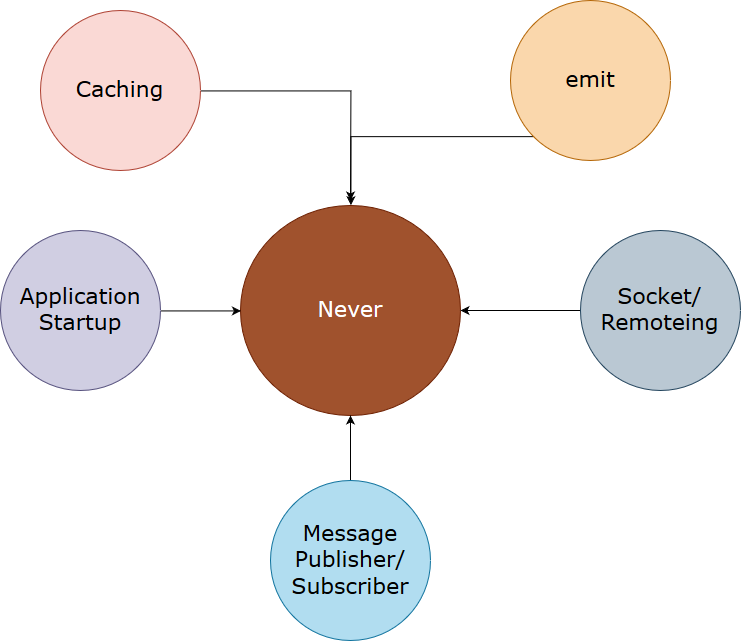
This is doc/never.png from shelldudu/never, a draw.io export, as it was before one commit. Source tidied: cells renumbered, new cells last; positions are measured from the earlier drawing's top-left corner, leaving out a move shared by most shapes. Source of this version:
```xml
<mxGraphModel background="#ffffff">
  <root>
    <mxCell id="0" />
    <mxCell id="1" parent="0" />
    <mxCell id="2" value="Never" style="ellipse;whiteSpace=wrap;html=1;rounded=0;shadow=0;dashed=0;comic=0;fontFamily=Verdana;fontSize=22;fontColor=#ffffff;fillColor=#a0522d;strokeColor=#6D1F00;" parent="1" vertex="1">
      <mxGeometry x="240" y="205" width="220" height="210" as="geometry" />
    </mxCell>
    <mxCell id="3" style="edgeStyle=orthogonalEdgeStyle;rounded=0;jettySize=auto;html=1;exitX=0;exitY=1;exitDx=0;exitDy=0;entryX=0.5;entryY=0;entryDx=0;entryDy=0;" parent="1" edge="1" source="4" target="2">
      <mxGeometry relative="1" as="geometry" />
    </mxCell>
    <mxCell id="4" value="emit" style="ellipse;whiteSpace=wrap;html=1;rounded=0;shadow=0;dashed=0;comic=0;fontFamily=Verdana;fontSize=22;fillColor=#fad7ac;strokeColor=#b46504;" parent="1" vertex="1">
      <mxGeometry x="510" width="160" height="160" as="geometry" />
    </mxCell>
    <mxCell id="5" style="edgeStyle=orthogonalEdgeStyle;rounded=0;jettySize=auto;html=1;" parent="1" edge="1" source="6" target="2">
      <mxGeometry relative="1" as="geometry" />
    </mxCell>
    <mxCell id="6" value="&lt;div&gt;Socket/&lt;/div&gt;&lt;div&gt;Remoteing&lt;/div&gt;" style="ellipse;whiteSpace=wrap;html=1;rounded=0;shadow=0;dashed=0;comic=0;fontFamily=Verdana;fontSize=22;fillColor=#bac8d3;strokeColor=#23445d;" parent="1" vertex="1">
      <mxGeometry x="580" y="230" width="160" height="160" as="geometry" />
    </mxCell>
    <mxCell id="7" style="edgeStyle=orthogonalEdgeStyle;rounded=0;jettySize=auto;html=1;entryX=0;entryY=0.5;entryDx=0;entryDy=0;" parent="1" edge="1" source="8" target="2">
      <mxGeometry relative="1" as="geometry" />
    </mxCell>
    <mxCell id="8" value="&lt;div&gt;Application&lt;/div&gt;&lt;div&gt;Startup&lt;/div&gt;" style="ellipse;whiteSpace=wrap;html=1;rounded=0;shadow=0;dashed=0;comic=0;fontFamily=Verdana;fontSize=22;fillColor=#d0cee2;strokeColor=#56517e;" parent="1" vertex="1">
      <mxGeometry y="230" width="160" height="160" as="geometry" />
    </mxCell>
    <mxCell id="9" style="edgeStyle=orthogonalEdgeStyle;rounded=0;jettySize=auto;html=1;" parent="1" edge="1" source="10">
      <mxGeometry relative="1" as="geometry">
        <mxPoint x="350" y="200" as="targetPoint" />
      </mxGeometry>
    </mxCell>
    <mxCell id="10" value="Caching" style="ellipse;whiteSpace=wrap;html=1;rounded=0;shadow=0;dashed=0;comic=0;fontFamily=Verdana;fontSize=22;fillColor=#fad9d5;strokeColor=#ae4132;" parent="1" vertex="1">
      <mxGeometry x="40" y="10" width="160" height="160" as="geometry" />
    </mxCell>
    <mxCell id="11" style="edgeStyle=orthogonalEdgeStyle;rounded=0;jettySize=auto;html=1;" parent="1" edge="1" source="12" target="2">
      <mxGeometry relative="1" as="geometry" />
    </mxCell>
    <mxCell id="12" value="&lt;div&gt;Message&lt;/div&gt;&lt;div&gt;Publisher/&lt;/div&gt;&lt;div&gt;Subscriber&lt;br&gt;&lt;/div&gt;" style="ellipse;whiteSpace=wrap;html=1;rounded=0;shadow=0;dashed=0;comic=0;fontFamily=Verdana;fontSize=22;fillColor=#b1ddf0;strokeColor=#10739e;" parent="1" vertex="1">
      <mxGeometry x="270" y="480" width="160" height="160" as="geometry" />
    </mxCell>
  </root>
</mxGraphModel>
```
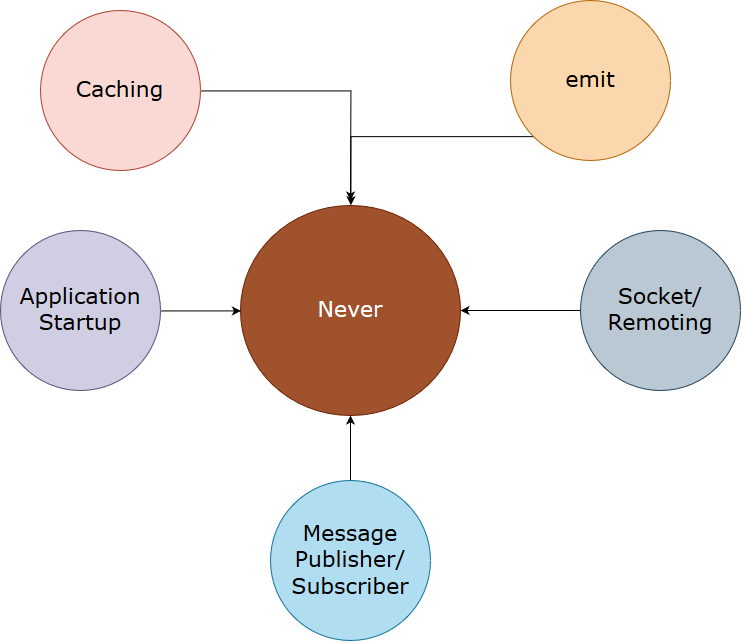
The same diagram one commit later.

Commit message:
一个文档上的错误

Diff of the diagram source:
```diff
@@ -14,7 +14,7 @@
     <mxCell id="5" style="edgeStyle=orthogonalEdgeStyle;rounded=0;jettySize=auto;html=1;" parent="1" edge="1" source="6" target="2">
       <mxGeometry relative="1" as="geometry" />
     </mxCell>
-    <mxCell id="6" value="&lt;div&gt;Socket/&lt;/div&gt;&lt;div&gt;Remoteing&lt;/div&gt;" style="ellipse;whiteSpace=wrap;html=1;rounded=0;shadow=0;dashed=0;comic=0;fontFamily=Verdana;fontSize=22;fillColor=#bac8d3;strokeColor=#23445d;" parent="1" vertex="1">
+    <mxCell id="6" value="&lt;div&gt;Socket/&lt;/div&gt;&lt;div&gt;Remoting&lt;/div&gt;" style="ellipse;whiteSpace=wrap;html=1;rounded=0;shadow=0;dashed=0;comic=0;fontFamily=Verdana;fontSize=22;fillColor=#bac8d3;strokeColor=#23445d;" parent="1" vertex="1">
       <mxGeometry x="580" y="230" width="160" height="160" as="geometry" />
     </mxCell>
     <mxCell id="7" style="edgeStyle=orthogonalEdgeStyle;rounded=0;jettySize=auto;html=1;entryX=0;entryY=0.5;entryDx=0;entryDy=0;" parent="1" edge="1" source="8" target="2">
```
